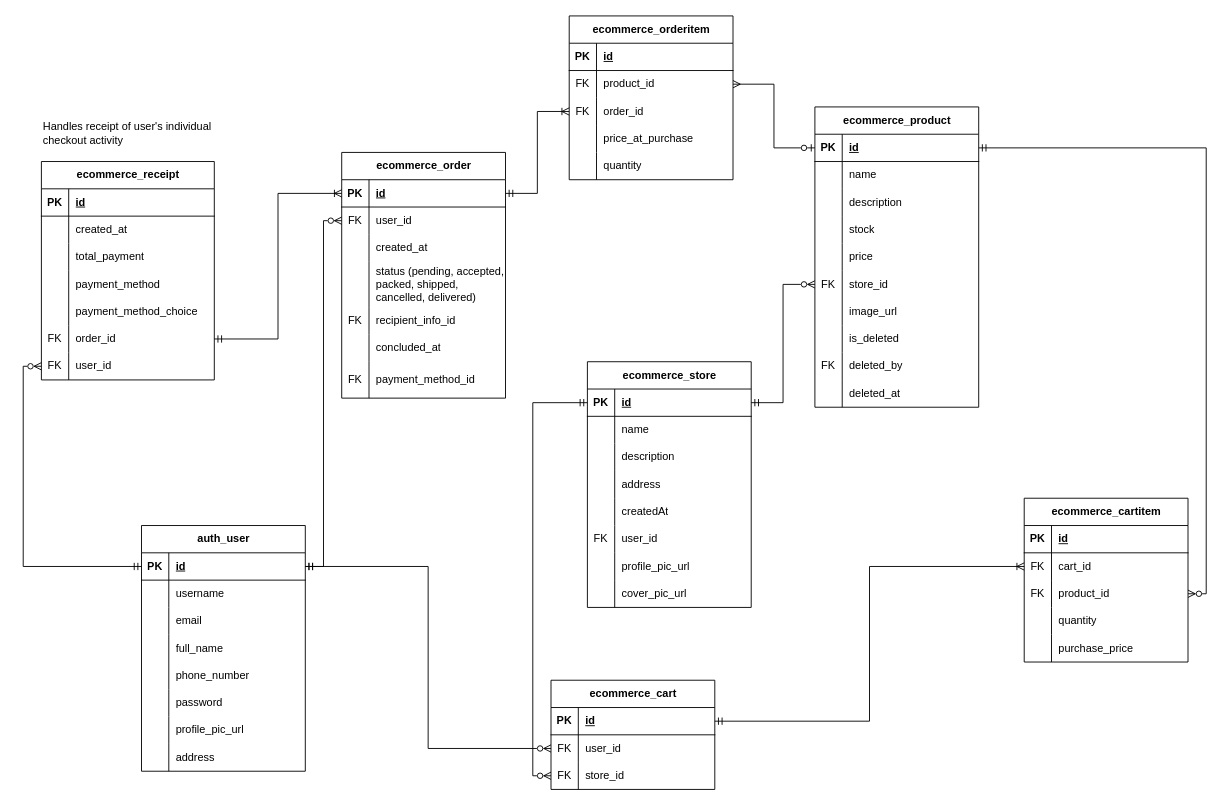
Above: page "Order a product (Checkout)" (3 of 3) of E-Commerce API ERD.drawio in RHILIUS/drawio (draw.io), before the change. Source tidied: cells renumbered, new cells numbered last; positions are measured from the earlier drawing's top-left corner, leaving out a move shared by most shapes. Both pictures are drawn from the tidied source at 91%, with x=0, y=0 at pixel (41, 15).
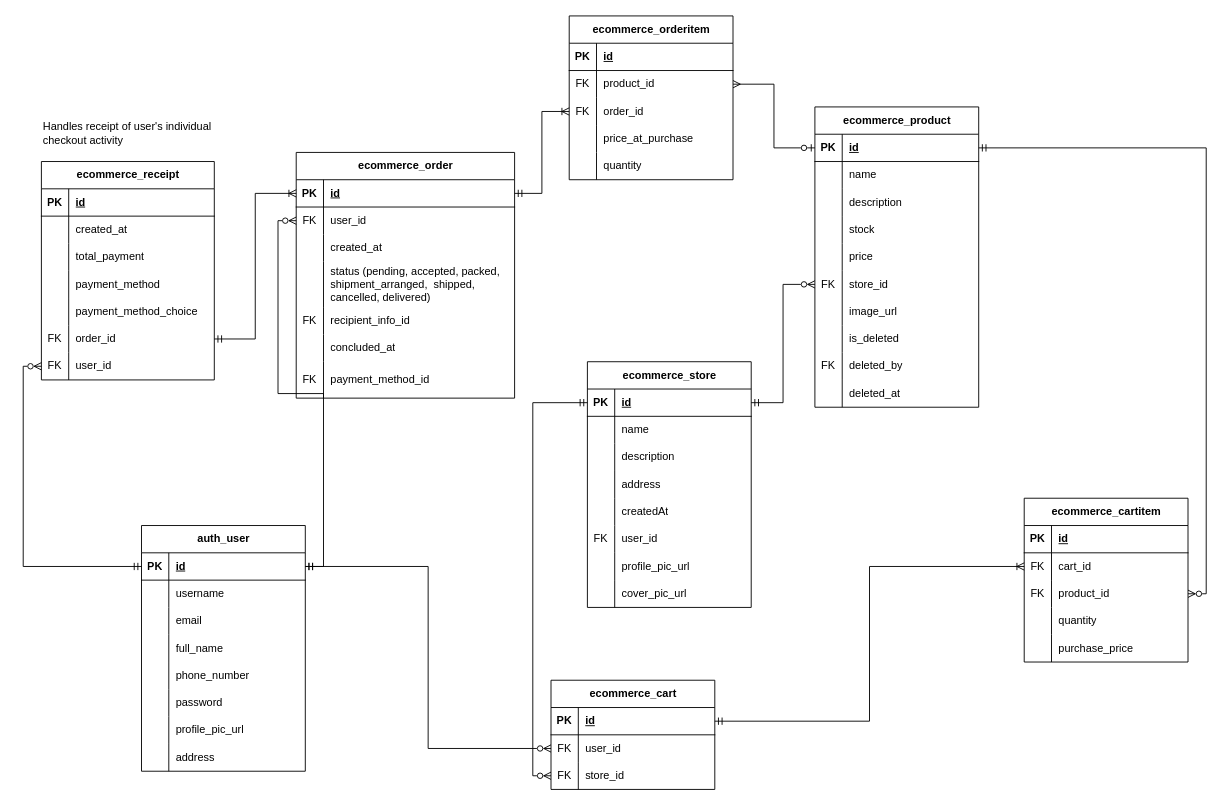
The same page after the edit.

What changed in the source:
```diff
@@
     <mxCell id="27" value="ecommerce_order" style="shape=table;startSize=30;childLayout=tableLayout;rowLines=0;fontStyle=1;align=center;html=1;" parent="1" vertex="1">
-      <mxGeometry x="330" y="150" width="180" height="270" as="geometry" />
+      <mxGeometry x="280" y="150" width="240" height="270" as="geometry" />
     </mxCell>
     <mxCell id="28" style="shape=tableRow;horizontal=0;startSize=0;swimlaneHead=0;swimlaneBody=0;fillColor=none;points=[[0,0.5],[1,0.5]];portConstraint=eastwest;top=0;left=0;right=0;bottom=1;" parent="27" vertex="1">
-      <mxGeometry y="30" width="180" height="30" as="geometry" />
+      <mxGeometry y="30" width="240" height="30" as="geometry" />
     </mxCell>
@@
     <mxCell id="30" value="id" style="shape=partialRectangle;fillColor=none;top=0;left=0;bottom=0;right=0;align=left;spacingLeft=6;fontStyle=5;overflow=hidden;whiteSpace=wrap;html=1;" parent="28" vertex="1">
-      <mxGeometry x="30" width="150" height="30" as="geometry" />
+      <mxGeometry x="30" width="210" height="30" as="geometry" />
     </mxCell>
     <mxCell id="31" style="shape=tableRow;horizontal=0;startSize=0;swimlaneHead=0;swimlaneBody=0;fillColor=none;points=[[0,0.5],[1,0.5]];portConstraint=eastwest;top=0;left=0;right=0;bottom=0;" parent="27" vertex="1">
-      <mxGeometry y="60" width="180" height="30" as="geometry" />
+      <mxGeometry y="60" width="240" height="30" as="geometry" />
     </mxCell>
@@
     <mxCell id="33" value="user_id" style="shape=partialRectangle;fillColor=none;top=0;left=0;bottom=0;right=0;align=left;spacingLeft=6;overflow=hidden;whiteSpace=wrap;html=1;" parent="31" vertex="1">
-      <mxGeometry x="30" width="150" height="30" as="geometry" />
+      <mxGeometry x="30" width="210" height="30" as="geometry" />
     </mxCell>
     <mxCell id="34" style="shape=tableRow;horizontal=0;startSize=0;swimlaneHead=0;swimlaneBody=0;fillColor=none;top=0;left=0;right=0;bottom=0;" parent="27" vertex="1">
-      <mxGeometry y="90" width="180" height="30" as="geometry" />
+      <mxGeometry y="90" width="240" height="30" as="geometry" />
     </mxCell>
@@
     <mxCell id="36" value="created_at" style="shape=partialRectangle;fillColor=none;top=0;left=0;bottom=0;right=0;align=left;spacingLeft=6;overflow=hidden;whiteSpace=wrap;html=1;" parent="34" vertex="1">
-      <mxGeometry x="30" width="150" height="30" as="geometry" />
+      <mxGeometry x="30" width="210" height="30" as="geometry" />
     </mxCell>
     <mxCell id="37" style="shape=tableRow;horizontal=0;startSize=0;swimlaneHead=0;swimlaneBody=0;fillColor=none;top=0;left=0;right=0;bottom=0;" parent="27" vertex="1">
-      <mxGeometry y="120" width="180" height="50" as="geometry" />
+      <mxGeometry y="120" width="240" height="50" as="geometry" />
     </mxCell>
@@
-    <mxCell id="39" value="status (pending, accepted, packed, shipped, cancelled, delivered)" style="shape=partialRectangle;fillColor=none;top=0;left=0;bottom=0;right=0;align=left;spacingLeft=6;overflow=hidden;whiteSpace=wrap;html=1;" parent="37" vertex="1">
-      <mxGeometry x="30" width="150" height="50" as="geometry" />
+    <mxCell id="39" value="status (pending, accepted, packed, shipment_arranged,&amp;nbsp; shipped, cancelled, delivered)" style="shape=partialRectangle;fillColor=none;top=0;left=0;bottom=0;right=0;align=left;spacingLeft=6;overflow=hidden;whiteSpace=wrap;html=1;" parent="37" vertex="1">
+      <mxGeometry x="30" width="210" height="50" as="geometry" />
     </mxCell>
     <mxCell id="40" style="shape=tableRow;horizontal=0;startSize=0;swimlaneHead=0;swimlaneBody=0;fillColor=none;top=0;left=0;right=0;bottom=0;" parent="27" vertex="1">
-      <mxGeometry y="170" width="180" height="30" as="geometry" />
+      <mxGeometry y="170" width="240" height="30" as="geometry" />
     </mxCell>
@@
     <mxCell id="42" value="recipient_info_id" style="shape=partialRectangle;fillColor=none;top=0;left=0;bottom=0;right=0;align=left;spacingLeft=6;overflow=hidden;whiteSpace=wrap;html=1;" parent="40" vertex="1">
-      <mxGeometry x="30" width="150" height="30" as="geometry" />
+      <mxGeometry x="30" width="210" height="30" as="geometry" />
     </mxCell>
     <mxCell id="43" style="shape=tableRow;horizontal=0;startSize=0;swimlaneHead=0;swimlaneBody=0;fillColor=none;top=0;left=0;right=0;bottom=0;" parent="27" vertex="1">
-      <mxGeometry y="200" width="180" height="30" as="geometry" />
+      <mxGeometry y="200" width="240" height="30" as="geometry" />
     </mxCell>
@@
     <mxCell id="45" value="concluded_at" style="shape=partialRectangle;fillColor=none;top=0;left=0;bottom=0;right=0;align=left;spacingLeft=6;overflow=hidden;whiteSpace=wrap;html=1;" parent="43" vertex="1">
-      <mxGeometry x="30" width="150" height="30" as="geometry" />
+      <mxGeometry x="30" width="210" height="30" as="geometry" />
     </mxCell>
     <mxCell id="46" style="shape=tableRow;horizontal=0;startSize=0;swimlaneHead=0;swimlaneBody=0;fillColor=none;top=0;left=0;right=0;bottom=0;" parent="27" vertex="1">
-      <mxGeometry y="230" width="180" height="40" as="geometry" />
+      <mxGeometry y="230" width="240" height="40" as="geometry" />
     </mxCell>
@@
     <mxCell id="48" value="payment_method_id" style="shape=partialRectangle;fillColor=none;top=0;left=0;bottom=0;right=0;align=left;spacingLeft=6;overflow=hidden;whiteSpace=wrap;html=1;" parent="46" vertex="1">
-      <mxGeometry x="30" width="150" height="40" as="geometry" />
+      <mxGeometry x="30" width="210" height="40" as="geometry" />
     </mxCell>
```
